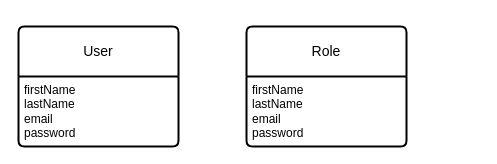
Mapitse/securecapita keeps this draw.io diagram as securecapita.drawio. Above is the earlier version. Source tidied: cells renumbered, new cells numbered last; positions are measured from the earlier drawing's top-left corner, leaving out a move shared by most shapes. Both pictures are drawn from the tidied source at 100%, with x=0, y=0 at pixel (18, 26).
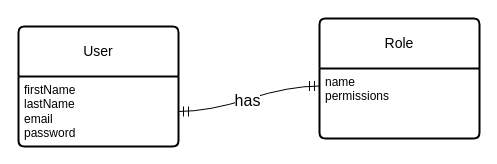
Above is the later version.

Change to the diagram source:
```diff
@@
 <mxGraphModel>
   <root>
     <mxCell id="0" />
     <mxCell id="1" parent="0" />
     <mxCell id="2" value="User" style="swimlane;horizontal=1;startSize=50;rounded=1;fontSize=14;fontStyle=0;strokeWidth=2;shadow=0;dashed=0;align=center;arcSize=4;whiteSpace=wrap;html=1;" parent="1" vertex="1">
       <mxGeometry width="160" height="120" as="geometry" />
     </mxCell>
     <mxCell id="3" value="&lt;div&gt;firstName&lt;/div&gt;lastName&lt;br&gt;&lt;div&gt;email&lt;/div&gt;&lt;div&gt;password&lt;br&gt;&lt;/div&gt;" style="align=left;strokeColor=none;fillColor=none;spacingLeft=4;fontSize=12;verticalAlign=top;html=1;" parent="2" vertex="1">
       <mxGeometry y="50" width="160" height="70" as="geometry" />
     </mxCell>
     <mxCell id="4" value="Role" style="swimlane;horizontal=1;startSize=50;rounded=1;fontSize=14;fontStyle=0;strokeWidth=2;shadow=0;dashed=0;align=center;arcSize=4;whiteSpace=wrap;html=1;" parent="1" vertex="1">
-      <mxGeometry x="228" width="160" height="120" as="geometry" />
+      <mxGeometry x="301" y="-8" width="160" height="120" as="geometry" />
     </mxCell>
-    <mxCell id="5" value="&lt;div&gt;firstName&lt;/div&gt;lastName&lt;br&gt;&lt;div&gt;email&lt;/div&gt;&lt;div&gt;password&lt;br&gt;&lt;/div&gt;" style="align=left;strokeColor=none;fillColor=none;spacingLeft=4;fontSize=12;verticalAlign=top;html=1;" parent="4" vertex="1">
+    <mxCell id="5" value="&lt;div&gt;name&lt;/div&gt;&lt;div&gt;permissions&lt;br&gt;&lt;/div&gt;" style="align=left;strokeColor=none;fillColor=none;spacingLeft=4;fontSize=12;verticalAlign=top;html=1;" parent="4" vertex="1">
       <mxGeometry y="50" width="160" height="70" as="geometry" />
     </mxCell>
+    <mxCell id="6" style="edgeStyle=entityRelationEdgeStyle;fontSize=12;html=1;endArrow=ERmandOne;startArrow=ERmandOne;rounded=0;startSize=8;endSize=8;curved=1;entryX=0;entryY=0.25;entryDx=0;entryDy=0;exitX=1;exitY=0.5;exitDx=0;exitDy=0;" parent="1" edge="1" source="3" target="5">
+      <mxGeometry relative="1" as="geometry" />
+    </mxCell>
+    <mxCell id="7" value="has" style="edgeLabel;html=1;align=center;verticalAlign=middle;fontSize=16;" parent="6" vertex="1">
+      <mxGeometry x="-0.04" y="-1" relative="1" as="geometry" />
+    </mxCell>
   </root>
 </mxGraphModel>
```
